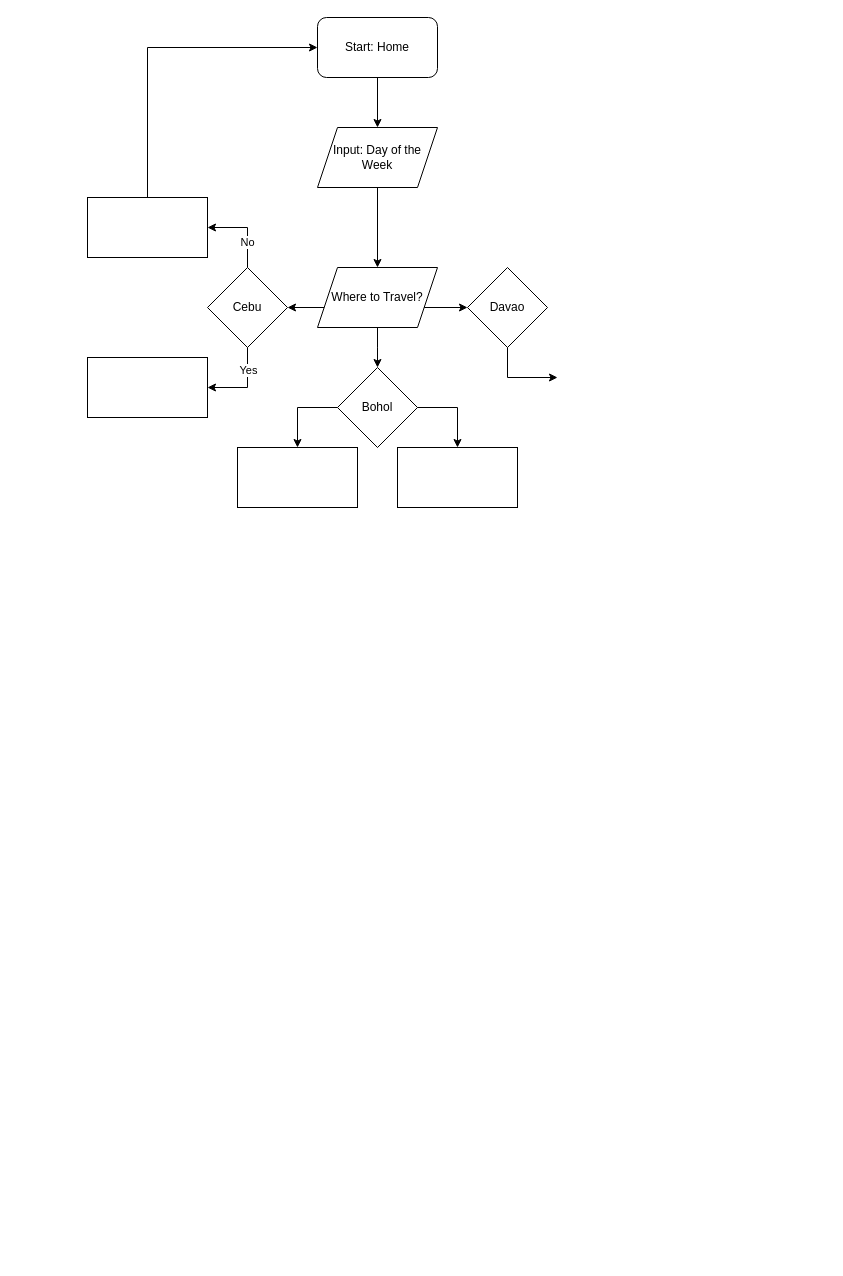
The draw.io diagram Untitled Diagram.drawio in PoserioJed/CCINCOML_EXERCISES_COM23P, before the edit. Source tidied: cells renumbered, new cells numbered last; positions are measured from the earlier drawing's top-left corner, leaving out a move shared by most shapes. Both pictures are drawn from the tidied source at 100%, with x=0, y=0 at pixel (87, 17).
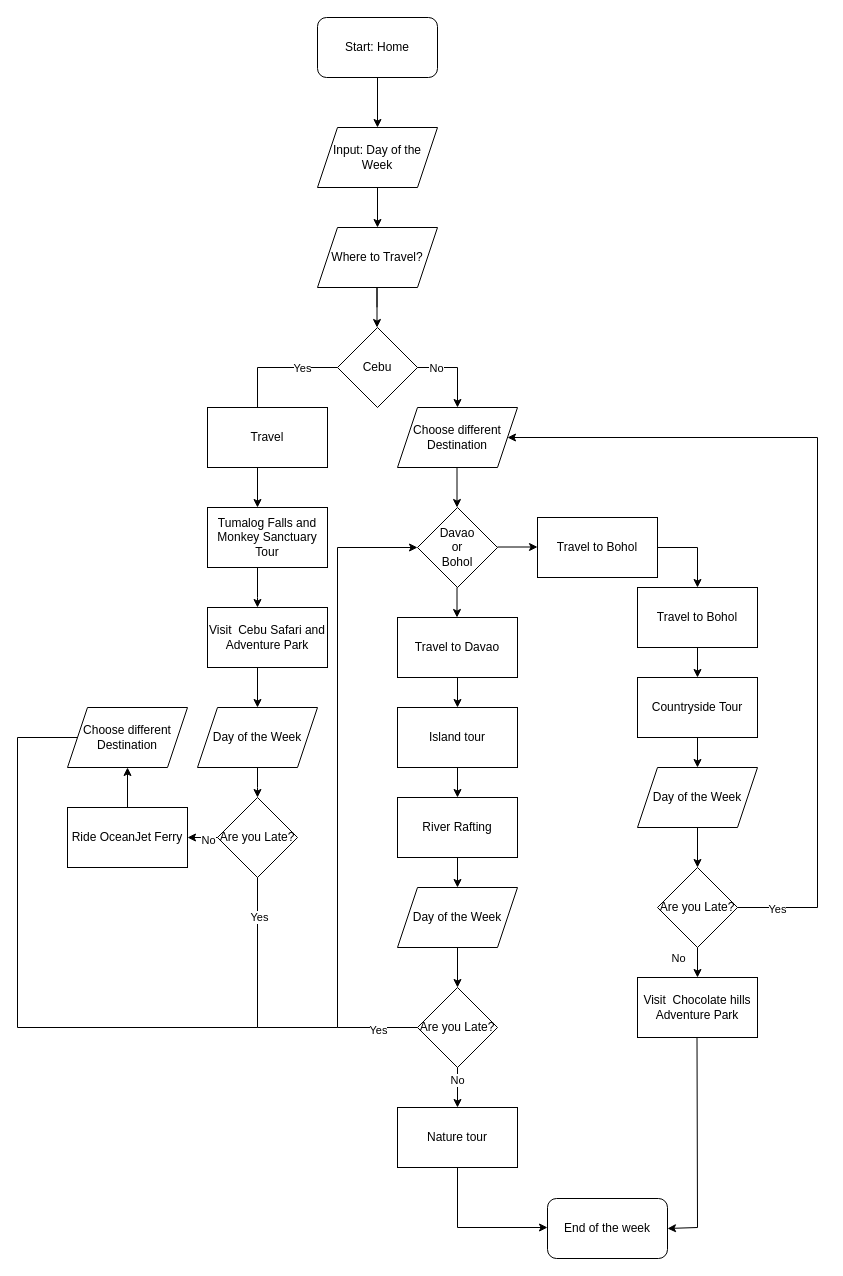
After the change.

The change refers to these unchanged cells:
```xml
<mxCell id="2" value="Start: Home" style="rounded=1;whiteSpace=wrap;html=1;" parent="1" vertex="1">
  <mxGeometry x="230" width="120" height="60" as="geometry" />
</mxCell>
<mxCell id="4" value="Input: Day of the Week" style="shape=parallelogram;perimeter=parallelogramPerimeter;whiteSpace=wrap;html=1;fixedSize=1;" parent="1" vertex="1">
  <mxGeometry x="230" y="110" width="120" height="60" as="geometry" />
</mxCell>
```

The edit, as a diff of the source:
```diff
@@
-    <mxCell id="5" style="endArrow=classic;html=1;rounded=0;exitX=0.5;exitY=1;exitDx=0;exitDy=0;entryX=0.5;entryY=0;entryDx=0;entryDy=0;" parent="1" edge="1" source="4">
+    <mxCell id="5" style="endArrow=classic;html=1;rounded=0;exitX=0.5;exitY=1;exitDx=0;exitDy=0;" parent="1" edge="1" source="4">
       <mxGeometry relative="1" as="geometry">
-        <mxPoint x="290" y="250" as="targetPoint" />
+        <mxPoint x="290" y="210" as="targetPoint" />
       </mxGeometry>
     </mxCell>
-    <mxCell id="6" style="endArrow=classic;html=1;rounded=0;" parent="1" edge="1">
-      <mxGeometry relative="1" as="geometry">
-        <mxPoint x="250" y="290" as="sourcePoint" />
-        <mxPoint x="200" y="290" as="targetPoint" />
-      </mxGeometry>
-    </mxCell>
     <mxCell id="7" style="endArrow=classic;html=1;rounded=0;" parent="1" edge="1">
       <mxGeometry relative="1" as="geometry">
-        <mxPoint x="290" y="330" as="sourcePoint" />
-        <mxPoint x="290" y="350" as="targetPoint" />
+        <mxPoint x="289.5" y="290" as="sourcePoint" />
+        <mxPoint x="289.5" y="310" as="targetPoint" />
         <Array as="points">
-          <mxPoint x="290" y="310" />
-          <mxPoint x="290" y="330" />
+          <mxPoint x="289.5" y="270" />
+          <mxPoint x="289.5" y="290" />
         </Array>
       </mxGeometry>
     </mxCell>
-    <mxCell id="8" style="endArrow=classic;html=1;rounded=0;" parent="1" edge="1">
-      <mxGeometry relative="1" as="geometry">
-        <mxPoint x="330" y="290" as="sourcePoint" />
-        <mxPoint x="380" y="290" as="targetPoint" />
-      </mxGeometry>
-    </mxCell>
     <mxCell id="9" value="Where to Travel?" style="shape=parallelogram;perimeter=parallelogramPerimeter;whiteSpace=wrap;html=1;fixedSize=1;" parent="1" vertex="1">
-      <mxGeometry x="230" y="250" width="120" height="60" as="geometry" />
+      <mxGeometry x="230" y="210" width="120" height="60" as="geometry" />
     </mxCell>
     <mxCell id="10" value="Cebu" style="rhombus;whiteSpace=wrap;html=1;" parent="1" vertex="1">
-      <mxGeometry x="120" y="250" width="80" height="80" as="geometry" />
+      <mxGeometry x="250" y="310" width="80" height="80" as="geometry" />
     </mxCell>
-    <mxCell id="11" value="Bohol" style="rhombus;whiteSpace=wrap;html=1;" parent="1" vertex="1">
-      <mxGeometry x="250" y="350" width="80" height="80" as="geometry" />
-    </mxCell>
-    <mxCell id="12" value="Davao" style="rhombus;whiteSpace=wrap;html=1;" parent="1" vertex="1">
-      <mxGeometry x="380" y="250" width="80" height="80" as="geometry" />
+    <mxCell id="12" value="Davao&lt;br&gt;or&lt;br&gt;Bohol" style="rhombus;whiteSpace=wrap;html=1;" parent="1" vertex="1">
+      <mxGeometry x="330" y="490" width="80" height="80" as="geometry" />
     </mxCell>
-    <mxCell id="13" style="endArrow=classic;html=1;rounded=0;" parent="1" edge="1">
-      <mxGeometry relative="1" as="geometry">
-        <mxPoint x="160" y="250" as="sourcePoint" />
-        <mxPoint x="120" y="210" as="targetPoint" />
-        <Array as="points">
-          <mxPoint x="160" y="210" />
-        </Array>
-      </mxGeometry>
-    </mxCell>
-    <mxCell id="14" value="No" style="edgeLabel;html=1;align=center;verticalAlign=middle;" parent="13" vertex="1">
-      <mxGeometry x="-0.35" y="1" relative="1" as="geometry" />
-    </mxCell>
-    <mxCell id="15" style="endArrow=classic;html=1;rounded=0;" parent="1" edge="1">
-      <mxGeometry relative="1" as="geometry">
-        <mxPoint x="160" y="330" as="sourcePoint" />
-        <mxPoint x="120" y="370" as="targetPoint" />
-        <Array as="points">
-          <mxPoint x="160" y="370" />
-        </Array>
-      </mxGeometry>
-    </mxCell>
-    <mxCell id="16" value="Yes" style="edgeLabel;html=1;align=center;verticalAlign=middle;" parent="15" vertex="1">
-      <mxGeometry x="-0.45" relative="1" as="geometry" />
-    </mxCell>
-    <mxCell id="17" style="rounded=0;whiteSpace=wrap;html=1;" parent="1" vertex="1">
-      <mxGeometry y="180" width="120" height="60" as="geometry" />
-    </mxCell>
-    <mxCell id="18" style="rounded=0;whiteSpace=wrap;html=1;" parent="1" vertex="1">
-      <mxGeometry y="340" width="120" height="60" as="geometry" />
+    <mxCell id="18" value="Tumalog Falls and Monkey Sanctuary&lt;br&gt;Tour" style="rounded=0;whiteSpace=wrap;html=1;" parent="1" vertex="1">
+      <mxGeometry x="120" y="490" width="120" height="60" as="geometry" />
     </mxCell>
-    <mxCell id="19" style="endArrow=classic;html=1;rounded=0;entryX=0;entryY=0.5;entryDx=0;entryDy=0;" parent="1" edge="1" target="2">
-      <mxGeometry relative="1" as="geometry">
-        <mxPoint x="60" y="180" as="sourcePoint" />
-        <Array as="points">
-          <mxPoint x="60" y="30" />
-        </Array>
-      </mxGeometry>
-    </mxCell>
-    <mxCell id="20" style="endArrow=classic;html=1;rounded=0;" parent="1" edge="1">
+    <mxCell id="20" style="endArrow=classic;html=1;rounded=0;entryX=0.417;entryY=0.167;entryDx=0;entryDy=0;entryPerimeter=0;" parent="1" edge="1" target="22">
       <mxGeometry relative="1" as="geometry">
-        <mxPoint x="250" y="390" as="sourcePoint" />
-        <mxPoint x="210" y="430" as="targetPoint" />
+        <mxPoint x="250" y="350" as="sourcePoint" />
         <Array as="points">
-          <mxPoint x="210" y="390" />
+          <mxPoint x="170" y="350" />
         </Array>
       </mxGeometry>
     </mxCell>
+    <mxCell id="25" value="Yes" style="edgeLabel;html=1;align=center;verticalAlign=middle;" parent="20" vertex="1">
+      <mxGeometry x="-0.45" relative="1" as="geometry" />
+    </mxCell>
     <mxCell id="21" style="endArrow=classic;html=1;rounded=0;" parent="1" edge="1">
       <mxGeometry relative="1" as="geometry">
-        <mxPoint x="330" y="390" as="sourcePoint" />
-        <mxPoint x="370" y="430" as="targetPoint" />
+        <mxPoint x="330" y="350" as="sourcePoint" />
+        <mxPoint x="370" y="390" as="targetPoint" />
         <Array as="points">
-          <mxPoint x="370" y="390" />
+          <mxPoint x="370" y="350" />
         </Array>
       </mxGeometry>
     </mxCell>
+    <mxCell id="26" value="No" style="edgeLabel;html=1;align=center;verticalAlign=middle;" parent="21" vertex="1">
+      <mxGeometry x="-0.55" relative="1" as="geometry" />
+    </mxCell>
-    <mxCell id="22" style="rounded=0;whiteSpace=wrap;html=1;" parent="1" vertex="1">
-      <mxGeometry x="150" y="430" width="120" height="60" as="geometry" />
+    <mxCell id="22" value="Travel" style="rounded=0;whiteSpace=wrap;html=1;" parent="1" vertex="1">
+      <mxGeometry x="120" y="390" width="120" height="60" as="geometry" />
     </mxCell>
-    <mxCell id="23" style="rounded=0;whiteSpace=wrap;html=1;" parent="1" vertex="1">
-      <mxGeometry x="310" y="430" width="120" height="60" as="geometry" />
-    </mxCell>
-    <mxCell id="24" style="endArrow=classic;html=1;rounded=0;" parent="1" edge="1">
-      <mxGeometry relative="1" as="geometry">
-        <mxPoint x="420" y="330" as="sourcePoint" />
-        <mxPoint x="470" y="360" as="targetPoint" />
-        <Array as="points">
-          <mxPoint x="420" y="360" />
-        </Array>
-      </mxGeometry>
-    </mxCell>
+    <mxCell id="27" value="Travel to Bohol" style="rounded=0;whiteSpace=wrap;html=1;" parent="1" vertex="1">
+      <mxGeometry x="450" y="500" width="120" height="60" as="geometry" />
+    </mxCell>
+    <mxCell id="28" value="Travel to Davao" style="rounded=0;whiteSpace=wrap;html=1;" parent="1" vertex="1">
+      <mxGeometry x="310" y="600" width="120" height="60" as="geometry" />
+    </mxCell>
+    <mxCell id="29" style="endArrow=classic;html=1;rounded=0;" parent="1" edge="1">
+      <mxGeometry relative="1" as="geometry">
+        <mxPoint x="170" y="450" as="sourcePoint" />
+        <mxPoint x="170" y="490" as="targetPoint" />
+        <Array as="points">
+          <mxPoint x="170" y="490" />
+        </Array>
+      </mxGeometry>
+    </mxCell>
+    <mxCell id="30" style="endArrow=classic;html=1;rounded=0;" parent="1" edge="1">
+      <mxGeometry relative="1" as="geometry">
+        <mxPoint x="369.5" y="450" as="sourcePoint" />
+        <mxPoint x="369.5" y="490" as="targetPoint" />
+      </mxGeometry>
+    </mxCell>
+    <mxCell id="31" style="endArrow=classic;html=1;rounded=0;" parent="1" edge="1">
+      <mxGeometry relative="1" as="geometry">
+        <mxPoint x="369.5" y="570" as="sourcePoint" />
+        <mxPoint x="369.5" y="600" as="targetPoint" />
+        <Array as="points">
+          <mxPoint x="369.5" y="600" />
+        </Array>
+      </mxGeometry>
+    </mxCell>
+    <mxCell id="32" style="endArrow=classic;html=1;rounded=0;" parent="1" edge="1">
+      <mxGeometry relative="1" as="geometry">
+        <mxPoint x="410" y="529.5" as="sourcePoint" />
+        <mxPoint x="450" y="529.5" as="targetPoint" />
+      </mxGeometry>
+    </mxCell>
+    <mxCell id="33" style="endArrow=classic;html=1;rounded=0;" parent="1" edge="1">
+      <mxGeometry relative="1" as="geometry">
+        <mxPoint x="170" y="550" as="sourcePoint" />
+        <mxPoint x="170" y="590" as="targetPoint" />
+        <Array as="points">
+          <mxPoint x="170" y="580" />
+        </Array>
+      </mxGeometry>
+    </mxCell>
+    <mxCell id="34" style="endArrow=classic;html=1;rounded=0;" parent="1" edge="1">
+      <mxGeometry relative="1" as="geometry">
+        <mxPoint x="370" y="660" as="sourcePoint" />
+        <mxPoint x="370" y="690" as="targetPoint" />
+      </mxGeometry>
+    </mxCell>
+    <mxCell id="35" value="River Rafting" style="rounded=0;whiteSpace=wrap;html=1;" parent="1" vertex="1">
+      <mxGeometry x="310" y="780" width="120" height="60" as="geometry" />
+    </mxCell>
+    <mxCell id="36" style="endArrow=classic;html=1;rounded=0;" parent="1" edge="1">
+      <mxGeometry relative="1" as="geometry">
+        <mxPoint x="570" y="530" as="sourcePoint" />
+        <mxPoint x="610" y="570" as="targetPoint" />
+        <Array as="points">
+          <mxPoint x="610" y="530" />
+        </Array>
+      </mxGeometry>
+    </mxCell>
+    <mxCell id="37" value="Travel to Bohol" style="rounded=0;whiteSpace=wrap;html=1;" parent="1" vertex="1">
+      <mxGeometry x="550" y="570" width="120" height="60" as="geometry" />
+    </mxCell>
+    <mxCell id="38" style="endArrow=classic;html=1;rounded=0;" parent="1" edge="1">
+      <mxGeometry relative="1" as="geometry">
+        <mxPoint x="610" y="630" as="sourcePoint" />
+        <mxPoint x="610" y="660" as="targetPoint" />
+      </mxGeometry>
+    </mxCell>
+    <mxCell id="39" style="endArrow=classic;html=1;rounded=0;" parent="1" edge="1">
+      <mxGeometry relative="1" as="geometry">
+        <mxPoint x="370" y="750" as="sourcePoint" />
+        <mxPoint x="370" y="780" as="targetPoint" />
+      </mxGeometry>
+    </mxCell>
+    <mxCell id="40" style="edgeStyle=orthogonalEdgeStyle;rounded=0;jettySize=auto;html=1;" parent="1" edge="1" source="41">
+      <mxGeometry relative="1" as="geometry">
+        <mxPoint x="170" y="780" as="targetPoint" />
+      </mxGeometry>
+    </mxCell>
+    <mxCell id="41" value="Day of the Week" style="shape=parallelogram;perimeter=parallelogramPerimeter;whiteSpace=wrap;html=1;fixedSize=1;" parent="1" vertex="1">
+      <mxGeometry x="110" y="690" width="120" height="60" as="geometry" />
+    </mxCell>
+    <mxCell id="42" style="endArrow=classic;html=1;rounded=0;" parent="1" edge="1">
+      <mxGeometry relative="1" as="geometry">
+        <mxPoint x="170" y="650" as="sourcePoint" />
+        <mxPoint x="170" y="690" as="targetPoint" />
+      </mxGeometry>
+    </mxCell>
+    <mxCell id="43" value="Visit&amp;nbsp; Cebu Safari and Adventure Park" style="rounded=0;whiteSpace=wrap;html=1;" parent="1" vertex="1">
+      <mxGeometry x="120" y="590" width="120" height="60" as="geometry" />
+    </mxCell>
+    <mxCell id="44" value="Countryside Tour" style="rounded=0;whiteSpace=wrap;html=1;" parent="1" vertex="1">
+      <mxGeometry x="550" y="660" width="120" height="60" as="geometry" />
+    </mxCell>
+    <mxCell id="45" value="Island tour" style="rounded=0;whiteSpace=wrap;html=1;" parent="1" vertex="1">
+      <mxGeometry x="310" y="690" width="120" height="60" as="geometry" />
+    </mxCell>
+    <mxCell id="46" style="endArrow=classic;html=1;rounded=0;" parent="1" edge="1">
+      <mxGeometry relative="1" as="geometry">
+        <mxPoint x="610" y="720" as="sourcePoint" />
+        <mxPoint x="610" y="750" as="targetPoint" />
+      </mxGeometry>
+    </mxCell>
+    <mxCell id="47" value="Are you Late?" style="rhombus;whiteSpace=wrap;html=1;" parent="1" vertex="1">
+      <mxGeometry x="130" y="780" width="80" height="80" as="geometry" />
+    </mxCell>
+    <mxCell id="48" style="endArrow=classic;html=1;rounded=0;" parent="1" edge="1">
+      <mxGeometry relative="1" as="geometry">
+        <mxPoint x="130" y="820" as="sourcePoint" />
+        <mxPoint x="100" y="820" as="targetPoint" />
+      </mxGeometry>
+    </mxCell>
+    <mxCell id="49" value="No" style="edgeLabel;html=1;align=center;verticalAlign=middle;" parent="48" vertex="1">
+      <mxGeometry x="-0.33" y="2" relative="1" as="geometry" />
+    </mxCell>
+    <mxCell id="50" style="endArrow=classic;html=1;rounded=0;entryX=0;entryY=0.5;entryDx=0;entryDy=0;exitX=0.5;exitY=1;exitDx=0;exitDy=0;" parent="1" edge="1" source="47" target="12">
+      <mxGeometry relative="1" as="geometry">
+        <Array as="points">
+          <mxPoint x="170" y="1010" />
+          <mxPoint x="250" y="1010" />
+          <mxPoint x="250" y="530" />
+        </Array>
+      </mxGeometry>
+    </mxCell>
+    <mxCell id="51" value="Yes" style="edgeLabel;html=1;align=center;verticalAlign=middle;" parent="50" vertex="1">
+      <mxGeometry x="-0.9" y="1" relative="1" as="geometry" />
+    </mxCell>
+    <mxCell id="52" value="Ride OceanJet Ferry" style="rounded=0;whiteSpace=wrap;html=1;" parent="1" vertex="1">
+      <mxGeometry x="-20" y="790" width="120" height="60" as="geometry" />
+    </mxCell>
+    <mxCell id="53" style="endArrow=classic;html=1;rounded=0;" parent="1" edge="1">
+      <mxGeometry relative="1" as="geometry">
+        <mxPoint x="370" y="840" as="sourcePoint" />
+        <mxPoint x="370" y="870" as="targetPoint" />
+      </mxGeometry>
+    </mxCell>
+    <mxCell id="54" style="endArrow=classic;html=1;rounded=0;entryX=0.5;entryY=0;entryDx=0;entryDy=0;" parent="1" edge="1" target="55">
+      <mxGeometry relative="1" as="geometry">
+        <mxPoint x="370" y="930" as="sourcePoint" />
+      </mxGeometry>
+    </mxCell>
+    <mxCell id="55" value="Are you Late?" style="rhombus;whiteSpace=wrap;html=1;" parent="1" vertex="1">
+      <mxGeometry x="330" y="970" width="80" height="80" as="geometry" />
+    </mxCell>
+    <mxCell id="56" value="Day of the Week" style="shape=parallelogram;perimeter=parallelogramPerimeter;whiteSpace=wrap;html=1;fixedSize=1;" parent="1" vertex="1">
+      <mxGeometry x="310" y="870" width="120" height="60" as="geometry" />
+    </mxCell>
+    <mxCell id="57" style="endArrow=none;html=1;rounded=0;" parent="1" edge="1">
+      <mxGeometry relative="1" as="geometry">
+        <mxPoint x="330" y="1010" as="sourcePoint" />
+        <mxPoint x="250" y="1010" as="targetPoint" />
+      </mxGeometry>
+    </mxCell>
+    <mxCell id="58" value="Yes" style="edgeLabel;html=1;align=center;verticalAlign=middle;" parent="57" vertex="1">
+      <mxGeometry y="2" relative="1" as="geometry" />
+    </mxCell>
+    <mxCell id="59" style="endArrow=classic;html=1;rounded=0;" parent="1" edge="1">
+      <mxGeometry relative="1" as="geometry">
+        <mxPoint x="370" y="1050" as="sourcePoint" />
+        <mxPoint x="370" y="1090" as="targetPoint" />
+      </mxGeometry>
+    </mxCell>
+    <mxCell id="60" value="No" style="edgeLabel;html=1;align=center;verticalAlign=middle;" parent="59" vertex="1">
+      <mxGeometry x="-0.4" y="-1" relative="1" as="geometry" />
+    </mxCell>
+    <mxCell id="61" value="Nature tour" style="rounded=0;whiteSpace=wrap;html=1;" parent="1" vertex="1">
+      <mxGeometry x="310" y="1090" width="120" height="60" as="geometry" />
+    </mxCell>
+    <mxCell id="62" style="endArrow=classic;html=1;rounded=0;" parent="1" edge="1">
+      <mxGeometry relative="1" as="geometry">
+        <mxPoint x="610" y="810" as="sourcePoint" />
+        <mxPoint x="610" y="850" as="targetPoint" />
+      </mxGeometry>
+    </mxCell>
+    <mxCell id="63" value="Day of the Week" style="shape=parallelogram;perimeter=parallelogramPerimeter;whiteSpace=wrap;html=1;fixedSize=1;" parent="1" vertex="1">
+      <mxGeometry x="550" y="750" width="120" height="60" as="geometry" />
+    </mxCell>
+    <mxCell id="64" style="endArrow=classic;html=1;rounded=0;" parent="1" edge="1">
+      <mxGeometry relative="1" as="geometry">
+        <mxPoint x="370" y="1150" as="sourcePoint" />
+        <mxPoint x="460" y="1210" as="targetPoint" />
+        <Array as="points">
+          <mxPoint x="370" y="1210" />
+        </Array>
+      </mxGeometry>
+    </mxCell>
+    <mxCell id="65" style="endArrow=classic;html=1;rounded=0;" parent="1" edge="1">
+      <mxGeometry relative="1" as="geometry">
+        <mxPoint x="40" y="790" as="sourcePoint" />
+        <mxPoint x="40" y="750" as="targetPoint" />
+      </mxGeometry>
+    </mxCell>
+    <mxCell id="66" value="Choose different&lt;br style=&quot;border-color: var(--border-color);&quot;&gt;Destination" style="shape=parallelogram;perimeter=parallelogramPerimeter;whiteSpace=wrap;html=1;fixedSize=1;" parent="1" vertex="1">
+      <mxGeometry x="310" y="390" width="120" height="60" as="geometry" />
+    </mxCell>
+    <mxCell id="67" style="endArrow=classic;html=1;rounded=0;" parent="1" edge="1">
+      <mxGeometry relative="1" as="geometry">
+        <mxPoint x="610" y="930" as="sourcePoint" />
+        <mxPoint x="610" y="960" as="targetPoint" />
+      </mxGeometry>
+    </mxCell>
+    <mxCell id="68" value="No" style="edgeLabel;html=1;align=center;verticalAlign=middle;" parent="67" vertex="1">
+      <mxGeometry x="-0.27" relative="1" as="geometry">
+        <mxPoint x="-20" y="-1" as="offset" />
+      </mxGeometry>
+    </mxCell>
+    <mxCell id="69" style="endArrow=none;html=1;rounded=0;exitX=0;exitY=0.5;exitDx=0;exitDy=0;" parent="1" edge="1" source="70">
+      <mxGeometry relative="1" as="geometry">
+        <mxPoint x="170" y="1010" as="targetPoint" />
+        <Array as="points">
+          <mxPoint x="-70" y="720" />
+          <mxPoint x="-70" y="1010" />
+        </Array>
+      </mxGeometry>
+    </mxCell>
+    <mxCell id="70" value="Choose different&lt;br style=&quot;border-color: var(--border-color);&quot;&gt;Destination" style="shape=parallelogram;perimeter=parallelogramPerimeter;whiteSpace=wrap;html=1;fixedSize=1;" parent="1" vertex="1">
+      <mxGeometry x="-20" y="690" width="120" height="60" as="geometry" />
+    </mxCell>
+    <mxCell id="71" value="Visit&amp;nbsp; Chocolate hills Adventure Park" style="rounded=0;whiteSpace=wrap;html=1;" parent="1" vertex="1">
+      <mxGeometry x="550" y="960" width="120" height="60" as="geometry" />
+    </mxCell>
+    <mxCell id="72" style="endArrow=classic;html=1;rounded=0;entryX=1;entryY=0.5;entryDx=0;entryDy=0;" parent="1" edge="1" target="76">
+      <mxGeometry relative="1" as="geometry">
+        <mxPoint x="609.5" y="1020" as="sourcePoint" />
+        <Array as="points">
+          <mxPoint x="610" y="1210" />
+        </Array>
+      </mxGeometry>
+    </mxCell>
+    <mxCell id="73" value="Are you Late?" style="rhombus;whiteSpace=wrap;html=1;" parent="1" vertex="1">
+      <mxGeometry x="570" y="850" width="80" height="80" as="geometry" />
+    </mxCell>
+    <mxCell id="74" style="endArrow=classic;html=1;rounded=0;entryX=1;entryY=0.5;entryDx=0;entryDy=0;" parent="1" edge="1" target="66">
+      <mxGeometry relative="1" as="geometry">
+        <mxPoint x="650" y="890" as="sourcePoint" />
+        <Array as="points">
+          <mxPoint x="730" y="890" />
+          <mxPoint x="730" y="420" />
+        </Array>
+      </mxGeometry>
+    </mxCell>
+    <mxCell id="75" value="Yes" style="edgeLabel;html=1;align=center;verticalAlign=middle;" parent="74" vertex="1">
+      <mxGeometry x="-0.91" y="-1" relative="1" as="geometry" />
+    </mxCell>
+    <mxCell id="76" value="End of the week" style="rounded=1;whiteSpace=wrap;html=1;" parent="1" vertex="1">
+      <mxGeometry x="460" y="1181" width="120" height="60" as="geometry" />
+    </mxCell>
```
